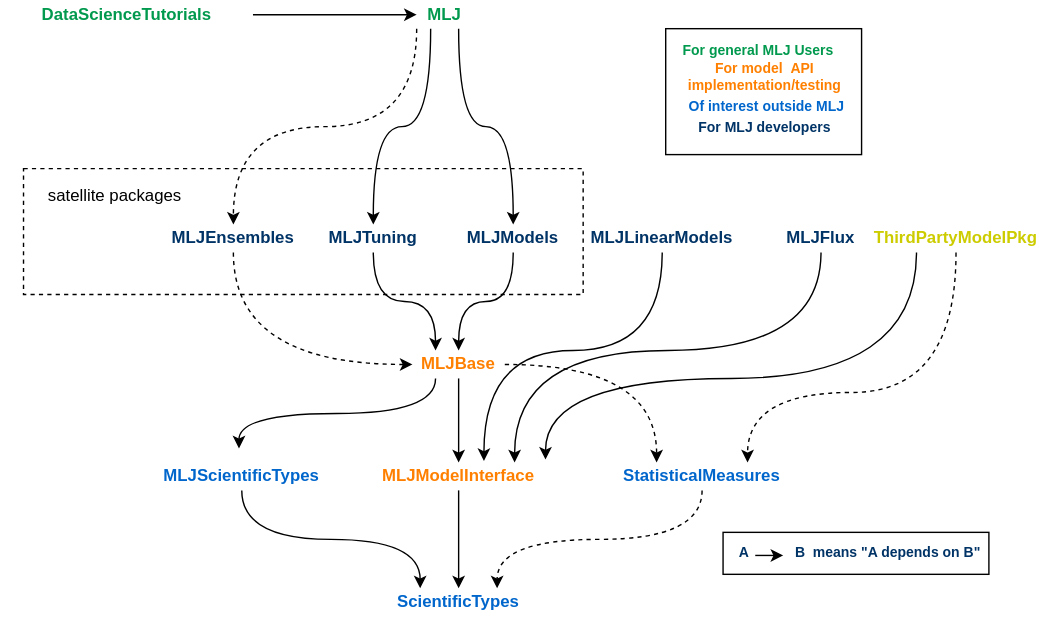
Before: material/MLJ_stack.svg, a diagram exported from draw.io (JuliaAI/MLJ.jl). Source tidied: cells renumbered, new cells last; positions are measured from the earlier drawing's top-left corner, leaving out a move shared by most shapes.
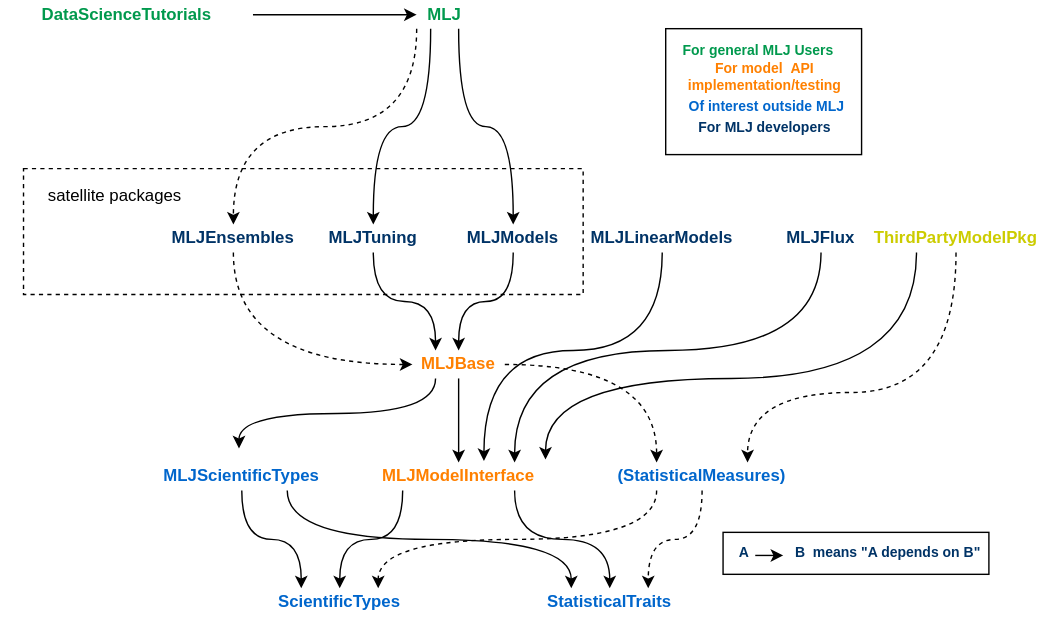
After the commit.

Commit message:
update MLJ_stack images

The edit, as a diff of the source:
```diff
@@ -5,14 +5,11 @@
     <mxCell id="2" style="rounded=0;whiteSpace=wrap;html=1;fillColor=none;dashed=1;strokeColor=#000000;" parent="1" vertex="1">
       <mxGeometry x="16" y="120" width="400" height="90" as="geometry" />
     </mxCell>
-    <mxCell id="3" style="edgeStyle=orthogonalEdgeStyle;curved=1;rounded=0;jettySize=auto;html=1;exitX=0.5;exitY=1;exitDx=0;exitDy=0;entryX=0.5;entryY=0;entryDx=0;entryDy=0;" parent="1" edge="1" source="4" target="5">
-      <mxGeometry relative="1" as="geometry" />
-    </mxCell>
     <mxCell id="4" value="&lt;b&gt;&lt;font color=&quot;#ff8000&quot;&gt;MLJModelInterface&lt;/font&gt;&lt;/b&gt;" style="text;html=1;strokeColor=none;fillColor=none;align=center;verticalAlign=middle;whiteSpace=wrap;rounded=0;comic=1;" parent="1" vertex="1">
       <mxGeometry x="247" y="330" width="160" height="20" as="geometry" />
     </mxCell>
     <mxCell id="5" value="&lt;b&gt;&lt;font color=&quot;#0066cc&quot;&gt;ScientificTypes&lt;/font&gt;&lt;/b&gt;" style="text;html=1;strokeColor=none;fillColor=none;align=center;verticalAlign=middle;whiteSpace=wrap;rounded=0;comic=1;" parent="1" vertex="1">
-      <mxGeometry x="272" y="420" width="110" height="20" as="geometry" />
+      <mxGeometry x="187" y="420" width="110" height="20" as="geometry" />
     </mxCell>
     <mxCell id="6" style="edgeStyle=orthogonalEdgeStyle;rounded=0;jettySize=auto;html=1;exitX=0.5;exitY=1;exitDx=0;exitDy=0;entryX=0.25;entryY=0;entryDx=0;entryDy=0;curved=1;" parent="1" edge="1" source="7" target="5">
       <mxGeometry relative="1" as="geometry" />
@@ -88,10 +85,13 @@
     <mxCell id="24" value="&lt;b&gt;&lt;font color=&quot;#00994d&quot;&gt;MLJ&lt;/font&gt;&lt;/b&gt;" style="text;html=1;strokeColor=none;fillColor=none;align=center;verticalAlign=middle;whiteSpace=wrap;rounded=0;comic=1;" parent="1" vertex="1">
       <mxGeometry x="297" width="40" height="20" as="geometry" />
     </mxCell>
-    <mxCell id="25" style="edgeStyle=orthogonalEdgeStyle;curved=1;rounded=0;jettySize=auto;html=1;exitX=0.5;exitY=1;exitDx=0;exitDy=0;entryX=0.75;entryY=0;entryDx=0;entryDy=0;fontSize=10;dashed=1;" parent="1" edge="1" source="26" target="5">
+    <mxCell id="25" style="edgeStyle=orthogonalEdgeStyle;curved=1;rounded=0;jettySize=auto;html=1;exitX=0.25;exitY=1;exitDx=0;exitDy=0;entryX=0.75;entryY=0;entryDx=0;entryDy=0;dashed=1;" parent="1" edge="1" source="26" target="5">
       <mxGeometry relative="1" as="geometry" />
     </mxCell>
+    <mxCell id="46" style="edgeStyle=orthogonalEdgeStyle;curved=1;rounded=0;jettySize=auto;html=1;exitX=0.5;exitY=1;exitDx=0;exitDy=0;entryX=0.75;entryY=0;entryDx=0;entryDy=0;dashed=1;" parent="1" edge="1" source="26" target="47">
+      <mxGeometry relative="1" as="geometry" />
+    </mxCell>
-    <mxCell id="26" value="&lt;b&gt;&lt;font color=&quot;#0066cc&quot;&gt;StatisticalMeasures&lt;/font&gt;&lt;/b&gt;" style="text;html=1;strokeColor=none;fillColor=none;align=center;verticalAlign=middle;whiteSpace=wrap;rounded=0;comic=1;" parent="1" vertex="1">
+    <mxCell id="26" value="&lt;b&gt;&lt;font color=&quot;#0066cc&quot;&gt;(StatisticalMeasures)&lt;/font&gt;&lt;/b&gt;" style="text;html=1;strokeColor=none;fillColor=none;align=center;verticalAlign=middle;whiteSpace=wrap;rounded=0;comic=1;" parent="1" vertex="1">
       <mxGeometry x="436" y="330" width="130" height="20" as="geometry" />
     </mxCell>
     <mxCell id="27" style="edgeStyle=orthogonalEdgeStyle;curved=1;rounded=0;jettySize=auto;html=1;exitX=0.5;exitY=1;exitDx=0;exitDy=0;entryX=0;entryY=0.5;entryDx=0;entryDy=0;dashed=1;" parent="1" edge="1" source="28" target="11">
@@ -159,5 +159,17 @@
     <mxCell id="45" value="&lt;b style=&quot;font-size: 10px;&quot;&gt;&lt;font color=&quot;#003366&quot; style=&quot;font-size: 10px;&quot;&gt;For MLJ developers&lt;/font&gt;&lt;/b&gt;" style="text;html=1;strokeColor=none;fillColor=none;align=center;verticalAlign=middle;whiteSpace=wrap;rounded=0;fontSize=10;" parent="40" vertex="1">
       <mxGeometry x="6" y="65" width="180" height="10" as="geometry" />
     </mxCell>
+    <mxCell id="47" value="&lt;font color=&quot;#0066cc&quot;&gt;&lt;b&gt;StatisticalTraits&lt;/b&gt;&lt;/font&gt;" style="text;html=1;strokeColor=none;fillColor=none;align=center;verticalAlign=middle;whiteSpace=wrap;rounded=0;comic=1;" parent="1" vertex="1">
+      <mxGeometry x="380" y="420" width="110" height="20" as="geometry" />
+    </mxCell>
+    <mxCell id="48" style="endArrow=classic;html=1;exitX=0.75;exitY=1;exitDx=0;exitDy=0;entryX=0.25;entryY=0;entryDx=0;entryDy=0;edgeStyle=orthogonalEdgeStyle;curved=1;" parent="1" edge="1" source="7" target="47">
+      <mxGeometry relative="1" as="geometry" />
+    </mxCell>
+    <mxCell id="3" style="endArrow=classic;html=1;exitX=0.25;exitY=1;exitDx=0;exitDy=0;entryX=0.5;entryY=0;entryDx=0;entryDy=0;edgeStyle=orthogonalEdgeStyle;curved=1;" parent="1" edge="1" source="4" target="5">
+      <mxGeometry relative="1" as="geometry" />
+    </mxCell>
+    <mxCell id="49" style="endArrow=classic;html=1;exitX=0.75;exitY=1;exitDx=0;exitDy=0;entryX=0.5;entryY=0;entryDx=0;entryDy=0;edgeStyle=orthogonalEdgeStyle;curved=1;" parent="1" edge="1" source="4" target="47">
+      <mxGeometry relative="1" as="geometry" />
+    </mxCell>
   </root>
 </mxGraphModel>
```
